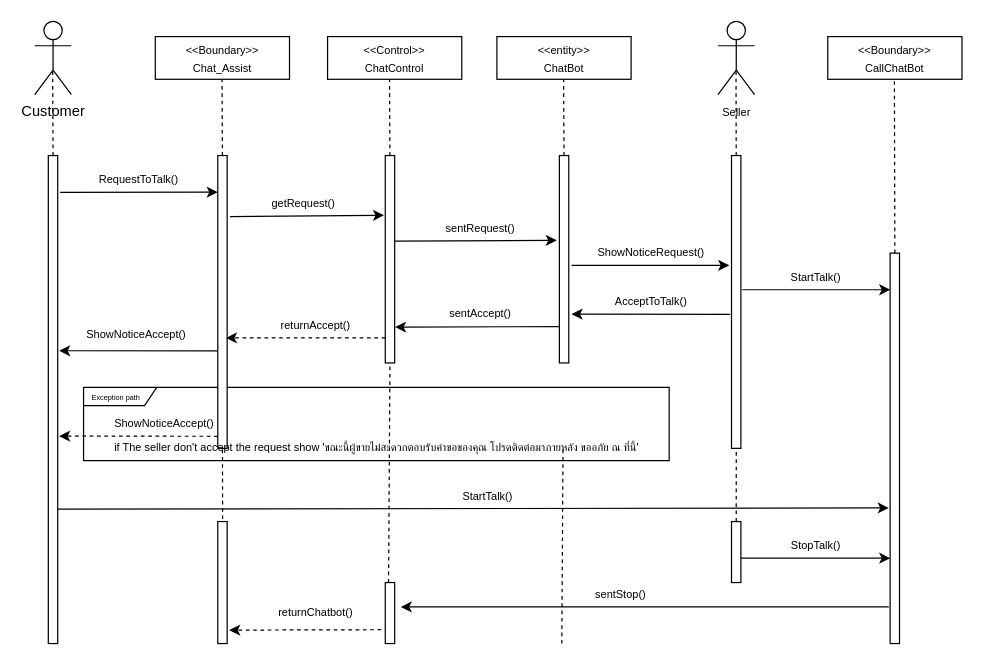
Earlier version of the draw.io diagram page "Page-1" (1 of 2) of Talk with Seller.drawio (munkeawtoast/isad-diagrams). Source tidied: cells renumbered, new cells numbered last; positions are measured from the earlier drawing's top-left corner, leaving out a move shared by most shapes. Both pictures are drawn from the tidied source at 122%, with x=0, y=0 at pixel (34, 21).
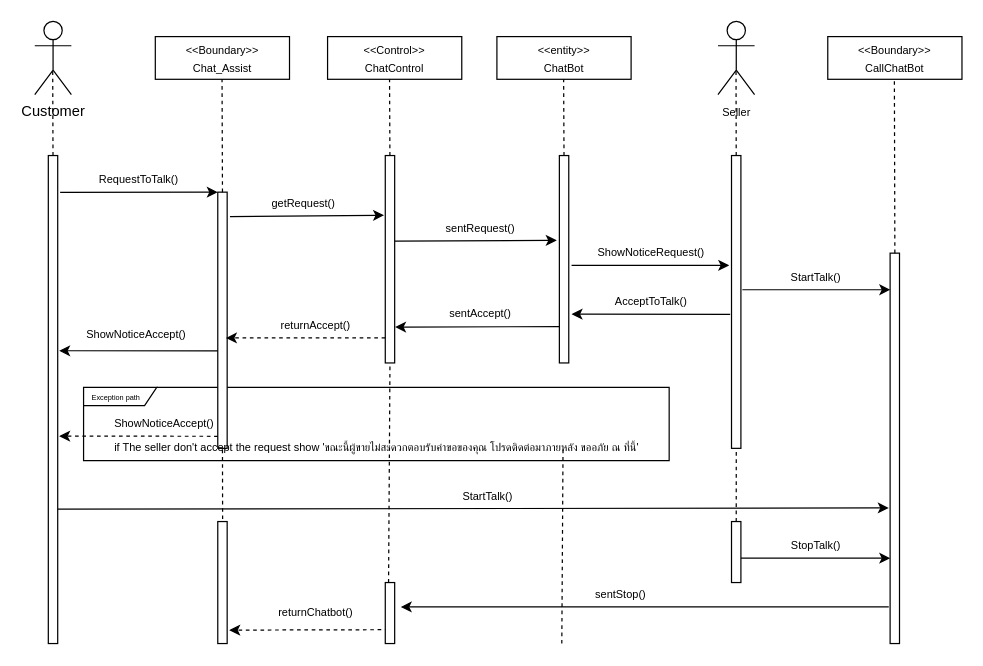
Above is the later version.

What changed in the source:
```diff
@@
     <mxCell id="7" style="rounded=0;whiteSpace=wrap;html=1;fontSize=9;" parent="1" vertex="1">
-      <mxGeometry x="150" y="110" width="7.7" height="240" as="geometry" />
+      <mxGeometry x="150" y="140" width="7.7" height="210" as="geometry" />
     </mxCell>
@@
-    <mxCell id="32" style="endArrow=none;dashed=1;html=1;fontSize=9;exitX=0.5;exitY=0;exitDx=0;exitDy=0;" parent="1" edge="1">
+    <mxCell id="32" style="endArrow=none;dashed=1;html=1;fontSize=9;exitX=0.5;exitY=0;exitDx=0;exitDy=0;" parent="1" edge="1" source="7">
       <mxGeometry relative="1" as="geometry">
-        <mxPoint x="153.8" y="110" as="sourcePoint" />
         <mxPoint x="153.5" y="47.5" as="targetPoint" />
       </mxGeometry>
     </mxCell>
```
